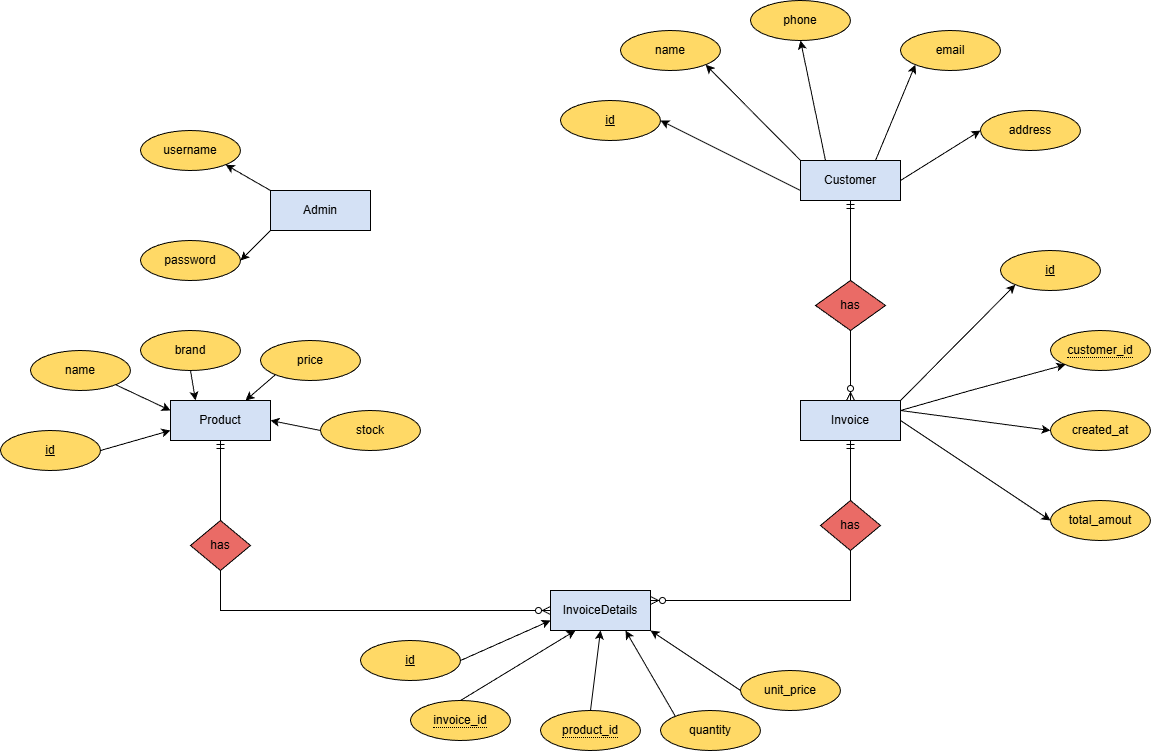
Earlier version of the draw.io export diagrams/ERD Diagram.png (trung1609/ProductManagementProjectConsole). Source tidied: cells renumbered, new cells last; positions are measured from the earlier drawing's top-left corner, leaving out a move shared by most shapes. Its diagram source:
```xml
<mxGraphModel>
  <root>
    <mxCell id="0" />
    <mxCell id="1" parent="0" />
    <mxCell id="2" value="Admin" style="whiteSpace=wrap;html=1;align=center;fillColor=#D4E1F5;" parent="1" vertex="1">
      <mxGeometry x="270" y="190" width="100" height="40" as="geometry" />
    </mxCell>
    <mxCell id="3" value="username" style="ellipse;whiteSpace=wrap;html=1;align=center;fillColor=#FFD966;" parent="1" vertex="1">
      <mxGeometry x="140" y="130" width="100" height="40" as="geometry" />
    </mxCell>
    <mxCell id="4" value="password" style="ellipse;whiteSpace=wrap;html=1;align=center;fillColor=#FFD966;" parent="1" vertex="1">
      <mxGeometry x="140" y="240" width="100" height="40" as="geometry" />
    </mxCell>
    <mxCell id="5" style="endArrow=classic;html=1;rounded=0;entryX=1;entryY=1;entryDx=0;entryDy=0;exitX=0;exitY=0;exitDx=0;exitDy=0;" parent="1" edge="1" source="2" target="3">
      <mxGeometry relative="1" as="geometry" />
    </mxCell>
    <mxCell id="6" style="endArrow=classic;html=1;rounded=0;entryX=1;entryY=0.5;entryDx=0;entryDy=0;exitX=0;exitY=1;exitDx=0;exitDy=0;" parent="1" edge="1" source="2" target="4">
      <mxGeometry relative="1" as="geometry" />
    </mxCell>
    <mxCell id="7" value="Customer" style="whiteSpace=wrap;html=1;align=center;fillColor=#D4E1F5;" parent="1" vertex="1">
      <mxGeometry x="800" y="160" width="100" height="40" as="geometry" />
    </mxCell>
    <mxCell id="8" value="&lt;u&gt;id&lt;/u&gt;" style="ellipse;whiteSpace=wrap;html=1;align=center;fillColor=#FFD966;" parent="1" vertex="1">
      <mxGeometry x="560" y="100" width="100" height="40" as="geometry" />
    </mxCell>
    <mxCell id="9" value="name" style="ellipse;whiteSpace=wrap;html=1;align=center;fillColor=#FFD966;" parent="1" vertex="1">
      <mxGeometry x="620" y="30" width="100" height="40" as="geometry" />
    </mxCell>
    <mxCell id="10" value="phone" style="ellipse;whiteSpace=wrap;html=1;align=center;fillColor=#FFD966;" parent="1" vertex="1">
      <mxGeometry x="750" width="100" height="40" as="geometry" />
    </mxCell>
    <mxCell id="11" value="email" style="ellipse;whiteSpace=wrap;html=1;align=center;fillColor=#FFD966;" parent="1" vertex="1">
      <mxGeometry x="900" y="30" width="100" height="40" as="geometry" />
    </mxCell>
    <mxCell id="12" value="address" style="ellipse;whiteSpace=wrap;html=1;align=center;fillColor=#FFD966;" parent="1" vertex="1">
      <mxGeometry x="980" y="110" width="100" height="40" as="geometry" />
    </mxCell>
    <mxCell id="13" style="endArrow=classic;html=1;rounded=0;exitX=0;exitY=0.75;exitDx=0;exitDy=0;entryX=1;entryY=0.5;entryDx=0;entryDy=0;" parent="1" edge="1" source="7" target="8">
      <mxGeometry relative="1" as="geometry" />
    </mxCell>
    <mxCell id="14" style="endArrow=classic;html=1;rounded=0;exitX=0;exitY=0;exitDx=0;exitDy=0;entryX=1;entryY=1;entryDx=0;entryDy=0;" parent="1" edge="1" source="7" target="9">
      <mxGeometry relative="1" as="geometry" />
    </mxCell>
    <mxCell id="15" style="endArrow=classic;html=1;rounded=0;exitX=0.25;exitY=0;exitDx=0;exitDy=0;entryX=0.5;entryY=1;entryDx=0;entryDy=0;" parent="1" edge="1" source="7" target="10">
      <mxGeometry relative="1" as="geometry" />
    </mxCell>
    <mxCell id="16" style="endArrow=classic;html=1;rounded=0;exitX=0.75;exitY=0;exitDx=0;exitDy=0;entryX=0;entryY=1;entryDx=0;entryDy=0;" parent="1" edge="1" source="7" target="11">
      <mxGeometry relative="1" as="geometry" />
    </mxCell>
    <mxCell id="17" style="endArrow=classic;html=1;rounded=0;exitX=1;exitY=0.5;exitDx=0;exitDy=0;entryX=0;entryY=0.5;entryDx=0;entryDy=0;" parent="1" edge="1" source="7" target="12">
      <mxGeometry relative="1" as="geometry" />
    </mxCell>
    <mxCell id="18" value="Invoice" style="whiteSpace=wrap;html=1;align=center;fillColor=#D4E1F5;" parent="1" vertex="1">
      <mxGeometry x="800" y="400" width="100" height="40" as="geometry" />
    </mxCell>
    <mxCell id="19" value="id" style="ellipse;whiteSpace=wrap;html=1;align=center;fontStyle=4;fillColor=#FFD966;" parent="1" vertex="1">
      <mxGeometry x="1000" y="250" width="100" height="40" as="geometry" />
    </mxCell>
    <mxCell id="20" value="created_at" style="ellipse;whiteSpace=wrap;html=1;align=center;fillColor=#FFD966;" parent="1" vertex="1">
      <mxGeometry x="1050" y="410" width="100" height="40" as="geometry" />
    </mxCell>
    <mxCell id="21" value="total_amout" style="ellipse;whiteSpace=wrap;html=1;align=center;fillColor=#FFD966;" parent="1" vertex="1">
      <mxGeometry x="1050" y="500" width="100" height="40" as="geometry" />
    </mxCell>
    <mxCell id="22" value="&lt;span style=&quot;border-bottom: 1px dotted&quot;&gt;customer_id&lt;/span&gt;" style="ellipse;whiteSpace=wrap;html=1;align=center;fillColor=#FFD966;" parent="1" vertex="1">
      <mxGeometry x="1050" y="330" width="100" height="40" as="geometry" />
    </mxCell>
    <mxCell id="23" style="endArrow=classic;html=1;rounded=0;exitX=1;exitY=0;exitDx=0;exitDy=0;entryX=0;entryY=1;entryDx=0;entryDy=0;" parent="1" edge="1" source="18" target="19">
      <mxGeometry relative="1" as="geometry" />
    </mxCell>
    <mxCell id="24" style="endArrow=classic;html=1;rounded=0;exitX=1;exitY=0.25;exitDx=0;exitDy=0;entryX=0;entryY=1;entryDx=0;entryDy=0;" parent="1" edge="1" source="18" target="22">
      <mxGeometry relative="1" as="geometry">
        <Array as="points">
          <mxPoint x="970" y="390" />
        </Array>
      </mxGeometry>
    </mxCell>
    <mxCell id="25" style="endArrow=classic;html=1;rounded=0;exitX=1;exitY=0.25;exitDx=0;exitDy=0;entryX=0;entryY=0.5;entryDx=0;entryDy=0;" parent="1" edge="1" source="18" target="20">
      <mxGeometry relative="1" as="geometry" />
    </mxCell>
    <mxCell id="26" style="endArrow=classic;html=1;rounded=0;exitX=1;exitY=0.5;exitDx=0;exitDy=0;entryX=0;entryY=0.5;entryDx=0;entryDy=0;" parent="1" edge="1" source="18" target="21">
      <mxGeometry relative="1" as="geometry" />
    </mxCell>
    <mxCell id="27" value="Product" style="whiteSpace=wrap;html=1;align=center;fillColor=#D4E1F5;" parent="1" vertex="1">
      <mxGeometry x="170" y="400" width="100" height="40" as="geometry" />
    </mxCell>
    <mxCell id="28" value="id" style="ellipse;whiteSpace=wrap;html=1;align=center;fontStyle=4;fillColor=#FFD966;" parent="1" vertex="1">
      <mxGeometry y="430" width="100" height="40" as="geometry" />
    </mxCell>
    <mxCell id="29" value="name" style="ellipse;whiteSpace=wrap;html=1;align=center;fillColor=#FFD966;" parent="1" vertex="1">
      <mxGeometry x="30" y="350" width="100" height="40" as="geometry" />
    </mxCell>
    <mxCell id="30" value="brand" style="ellipse;whiteSpace=wrap;html=1;align=center;fillColor=#FFD966;" parent="1" vertex="1">
      <mxGeometry x="140" y="330" width="100" height="40" as="geometry" />
    </mxCell>
    <mxCell id="31" value="price" style="ellipse;whiteSpace=wrap;html=1;align=center;fillColor=#FFD966;" parent="1" vertex="1">
      <mxGeometry x="260" y="340" width="100" height="40" as="geometry" />
    </mxCell>
    <mxCell id="32" value="stock" style="ellipse;whiteSpace=wrap;html=1;align=center;fillColor=#FFD966;" parent="1" vertex="1">
      <mxGeometry x="320" y="410" width="100" height="40" as="geometry" />
    </mxCell>
    <mxCell id="33" style="endArrow=classic;html=1;rounded=0;exitX=1;exitY=0.5;exitDx=0;exitDy=0;entryX=0;entryY=0.75;entryDx=0;entryDy=0;" parent="1" edge="1" source="28" target="27">
      <mxGeometry relative="1" as="geometry" />
    </mxCell>
    <mxCell id="34" style="endArrow=classic;html=1;rounded=0;exitX=1;exitY=1;exitDx=0;exitDy=0;entryX=0;entryY=0.25;entryDx=0;entryDy=0;" parent="1" edge="1" source="29" target="27">
      <mxGeometry relative="1" as="geometry" />
    </mxCell>
    <mxCell id="35" style="endArrow=classic;html=1;rounded=0;exitX=0.5;exitY=1;exitDx=0;exitDy=0;entryX=0.25;entryY=0;entryDx=0;entryDy=0;" parent="1" edge="1" source="30" target="27">
      <mxGeometry relative="1" as="geometry" />
    </mxCell>
    <mxCell id="36" style="endArrow=classic;html=1;rounded=0;exitX=0;exitY=1;exitDx=0;exitDy=0;entryX=0.75;entryY=0;entryDx=0;entryDy=0;" parent="1" edge="1" source="31" target="27">
      <mxGeometry relative="1" as="geometry" />
    </mxCell>
    <mxCell id="37" style="endArrow=classic;html=1;rounded=0;exitX=0;exitY=0.5;exitDx=0;exitDy=0;entryX=1;entryY=0.5;entryDx=0;entryDy=0;" parent="1" edge="1" source="32" target="27">
      <mxGeometry relative="1" as="geometry" />
    </mxCell>
    <mxCell id="38" value="has" style="shape=rhombus;perimeter=rhombusPerimeter;whiteSpace=wrap;html=1;align=center;fillColor=#EA6B66;" parent="1" vertex="1">
      <mxGeometry x="815" y="280" width="70" height="50" as="geometry" />
    </mxCell>
    <mxCell id="39" style="fontSize=12;html=1;endArrow=ERmandOne;rounded=0;entryX=0.5;entryY=1;entryDx=0;entryDy=0;exitX=0.5;exitY=0;exitDx=0;exitDy=0;" parent="1" edge="1" source="38" target="7">
      <mxGeometry relative="1" as="geometry" />
    </mxCell>
    <mxCell id="40" style="fontSize=12;html=1;endArrow=ERzeroToMany;endFill=1;rounded=0;entryX=0.5;entryY=0;entryDx=0;entryDy=0;exitX=0.5;exitY=1;exitDx=0;exitDy=0;" parent="1" edge="1" source="38" target="18">
      <mxGeometry relative="1" as="geometry" />
    </mxCell>
    <mxCell id="41" value="InvoiceDetails" style="whiteSpace=wrap;html=1;align=center;fillColor=#D4E1F5;" parent="1" vertex="1">
      <mxGeometry x="550" y="590" width="100" height="40" as="geometry" />
    </mxCell>
    <mxCell id="42" value="id" style="ellipse;whiteSpace=wrap;html=1;align=center;fontStyle=4;fillColor=#FFD966;" parent="1" vertex="1">
      <mxGeometry x="360" y="640" width="100" height="40" as="geometry" />
    </mxCell>
    <mxCell id="43" value="&lt;span style=&quot;border-bottom: 1px dotted&quot;&gt;product_id&lt;/span&gt;" style="ellipse;whiteSpace=wrap;html=1;align=center;fillColor=#FFD966;" parent="1" vertex="1">
      <mxGeometry x="540" y="710" width="100" height="40" as="geometry" />
    </mxCell>
    <mxCell id="44" value="&lt;span style=&quot;border-bottom: 1px dotted&quot;&gt;invoice_id&lt;/span&gt;" style="ellipse;whiteSpace=wrap;html=1;align=center;fillColor=#FFD966;" parent="1" vertex="1">
      <mxGeometry x="410" y="700" width="100" height="40" as="geometry" />
    </mxCell>
    <mxCell id="45" value="unit_price" style="ellipse;whiteSpace=wrap;html=1;align=center;fillColor=#FFD966;" parent="1" vertex="1">
      <mxGeometry x="740" y="670" width="100" height="40" as="geometry" />
    </mxCell>
    <mxCell id="46" value="quantity" style="ellipse;whiteSpace=wrap;html=1;align=center;fillColor=#FFD966;" parent="1" vertex="1">
      <mxGeometry x="660" y="710" width="100" height="40" as="geometry" />
    </mxCell>
    <mxCell id="47" style="endArrow=classic;html=1;rounded=0;exitX=1;exitY=0.5;exitDx=0;exitDy=0;entryX=0;entryY=0.75;entryDx=0;entryDy=0;" parent="1" edge="1" source="42" target="41">
      <mxGeometry relative="1" as="geometry" />
    </mxCell>
    <mxCell id="48" style="endArrow=classic;html=1;rounded=0;exitX=0.5;exitY=0;exitDx=0;exitDy=0;entryX=0.25;entryY=1;entryDx=0;entryDy=0;" parent="1" edge="1" source="44" target="41">
      <mxGeometry relative="1" as="geometry" />
    </mxCell>
    <mxCell id="49" style="endArrow=classic;html=1;rounded=0;exitX=0.5;exitY=0;exitDx=0;exitDy=0;entryX=0.5;entryY=1;entryDx=0;entryDy=0;" parent="1" edge="1" source="43" target="41">
      <mxGeometry relative="1" as="geometry" />
    </mxCell>
    <mxCell id="50" style="endArrow=classic;html=1;rounded=0;exitX=0;exitY=0;exitDx=0;exitDy=0;entryX=0.75;entryY=1;entryDx=0;entryDy=0;" parent="1" edge="1" source="46" target="41">
      <mxGeometry relative="1" as="geometry" />
    </mxCell>
    <mxCell id="51" style="endArrow=classic;html=1;rounded=0;exitX=0;exitY=0.5;exitDx=0;exitDy=0;entryX=1;entryY=1;entryDx=0;entryDy=0;" parent="1" edge="1" source="45" target="41">
      <mxGeometry relative="1" as="geometry" />
    </mxCell>
    <mxCell id="52" value="has" style="shape=rhombus;perimeter=rhombusPerimeter;whiteSpace=wrap;html=1;align=center;fillColor=#EA6B66;" parent="1" vertex="1">
      <mxGeometry x="820" y="500" width="60" height="50" as="geometry" />
    </mxCell>
    <mxCell id="53" value="has" style="shape=rhombus;perimeter=rhombusPerimeter;whiteSpace=wrap;html=1;align=center;fillColor=#EA6B66;" parent="1" vertex="1">
      <mxGeometry x="190" y="520" width="60" height="50" as="geometry" />
    </mxCell>
    <mxCell id="54" style="fontSize=12;html=1;endArrow=ERzeroToMany;endFill=1;rounded=0;exitX=0.5;exitY=1;exitDx=0;exitDy=0;entryX=0;entryY=0.5;entryDx=0;entryDy=0;" parent="1" edge="1" source="53" target="41">
      <mxGeometry relative="1" as="geometry">
        <Array as="points">
          <mxPoint x="220" y="610" />
        </Array>
      </mxGeometry>
    </mxCell>
    <mxCell id="55" style="fontSize=12;html=1;endArrow=ERzeroToMany;endFill=1;rounded=0;entryX=1;entryY=0.25;entryDx=0;entryDy=0;exitX=0.5;exitY=1;exitDx=0;exitDy=0;" parent="1" edge="1" source="52" target="41">
      <mxGeometry relative="1" as="geometry">
        <Array as="points">
          <mxPoint x="850" y="600" />
        </Array>
      </mxGeometry>
    </mxCell>
    <mxCell id="56" style="fontSize=12;html=1;endArrow=ERmandOne;rounded=0;entryX=0.5;entryY=1;entryDx=0;entryDy=0;exitX=0.5;exitY=0;exitDx=0;exitDy=0;" parent="1" edge="1" source="53" target="27">
      <mxGeometry relative="1" as="geometry" />
    </mxCell>
    <mxCell id="57" style="fontSize=12;html=1;endArrow=ERmandOne;rounded=0;entryX=0.5;entryY=1;entryDx=0;entryDy=0;exitX=0.5;exitY=0;exitDx=0;exitDy=0;" parent="1" edge="1" source="52" target="18">
      <mxGeometry relative="1" as="geometry" />
    </mxCell>
  </root>
</mxGraphModel>
```
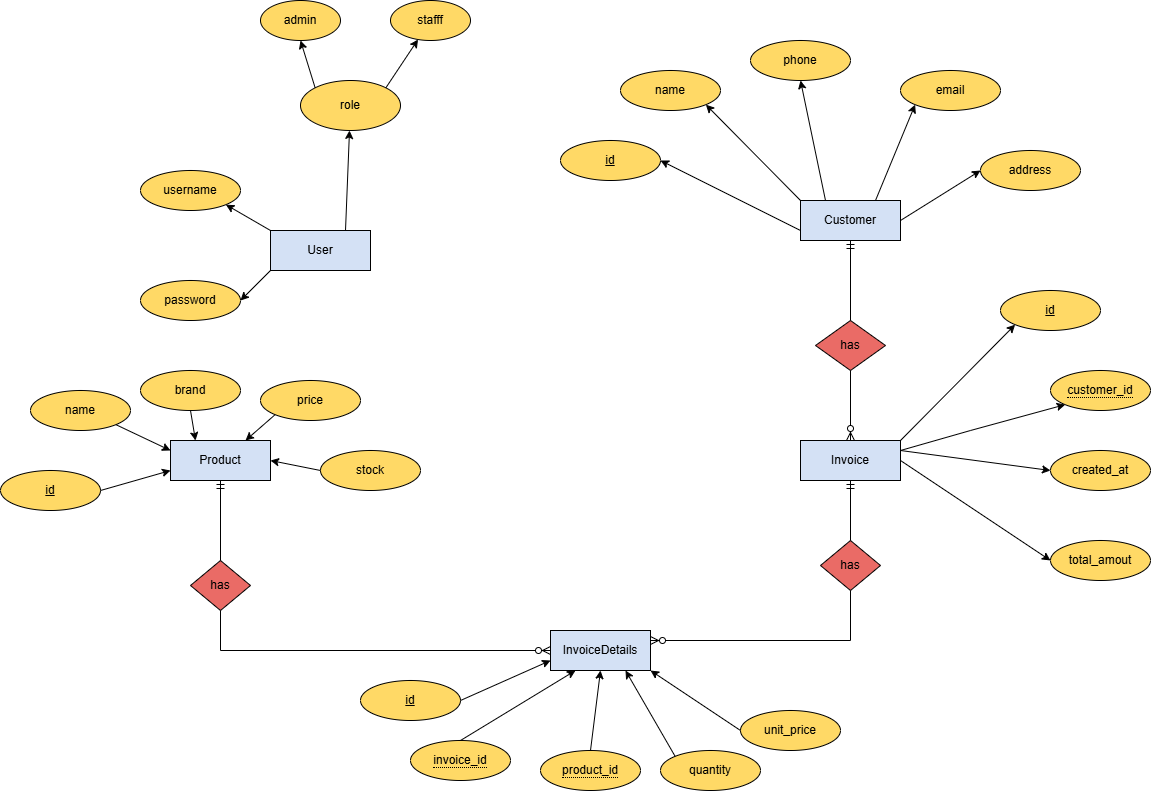
The same diagram one commit later.

What changed in the source:
```diff
@@ -2,7 +2,7 @@
   <root>
     <mxCell id="0" />
     <mxCell id="1" parent="0" />
-    <mxCell id="2" value="Admin" style="whiteSpace=wrap;html=1;align=center;fillColor=#D4E1F5;" parent="1" vertex="1">
+    <mxCell id="2" value="User" style="whiteSpace=wrap;html=1;align=center;fillColor=#D4E1F5;" parent="1" vertex="1">
       <mxGeometry x="270" y="190" width="100" height="40" as="geometry" />
     </mxCell>
     <mxCell id="3" value="username" style="ellipse;whiteSpace=wrap;html=1;align=center;fillColor=#FFD966;" parent="1" vertex="1">
@@ -182,5 +182,23 @@
     <mxCell id="57" style="fontSize=12;html=1;endArrow=ERmandOne;rounded=0;entryX=0.5;entryY=1;entryDx=0;entryDy=0;exitX=0.5;exitY=0;exitDx=0;exitDy=0;" parent="1" edge="1" source="52" target="18">
       <mxGeometry relative="1" as="geometry" />
     </mxCell>
+    <mxCell id="58" style="endArrow=classic;html=1;rounded=0;exitX=0.75;exitY=0;exitDx=0;exitDy=0;" parent="1" edge="1" source="2" target="59">
+      <mxGeometry relative="1" as="geometry" />
+    </mxCell>
+    <mxCell id="59" value="role" style="ellipse;whiteSpace=wrap;html=1;fillColor=#FFD966;" parent="1" vertex="1">
+      <mxGeometry x="300" y="40" width="100" height="50" as="geometry" />
+    </mxCell>
+    <mxCell id="60" style="endArrow=classic;html=1;rounded=0;exitX=0;exitY=0;exitDx=0;exitDy=0;entryX=0.5;entryY=1;entryDx=0;entryDy=0;" parent="1" edge="1" source="59" target="63">
+      <mxGeometry relative="1" as="geometry" />
+    </mxCell>
+    <mxCell id="61" style="endArrow=classic;html=1;rounded=0;exitX=1;exitY=0;exitDx=0;exitDy=0;" parent="1" edge="1" source="59" target="62">
+      <mxGeometry relative="1" as="geometry" />
+    </mxCell>
+    <mxCell id="62" value="stafff" style="ellipse;whiteSpace=wrap;html=1;fillColor=#FFD966;" parent="1" vertex="1">
+      <mxGeometry x="390" y="-40" width="80" height="40" as="geometry" />
+    </mxCell>
+    <mxCell id="63" value="admin" style="ellipse;whiteSpace=wrap;html=1;fillColor=#FFD966;" parent="1" vertex="1">
+      <mxGeometry x="260" y="-40" width="80" height="40" as="geometry" />
+    </mxCell>
   </root>
 </mxGraphModel>
```
